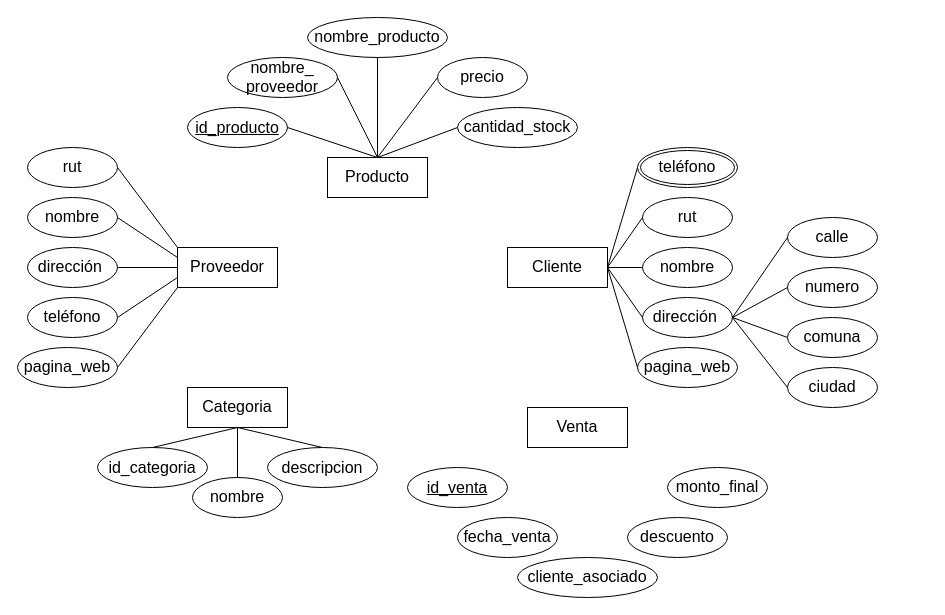
Before: erprovedor.drawio in ByronCOR/ESTRUDATOS, a draw.io diagram. Source tidied: cells renumbered, new cells numbered last; positions are measured from the earlier drawing's top-left corner, leaving out a move shared by most shapes. Both pictures are drawn from the tidied source at 100%, with x=0, y=0 at pixel (17, 17).
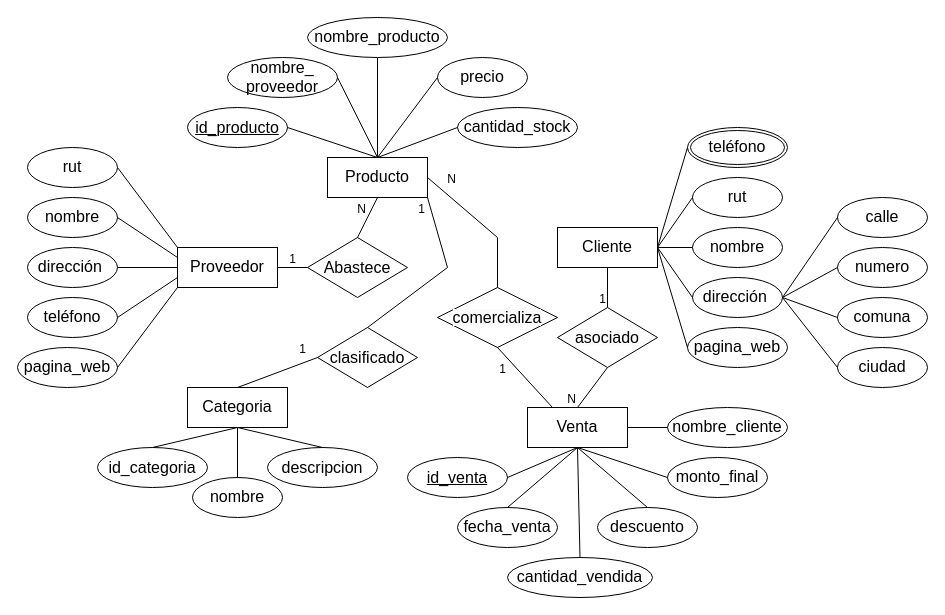
Above is the later version.

Unchanged cells that the change refers to:
```xml
<mxCell id="2" value="&lt;span style=&quot;font-size:12.0pt;line-height:115%;&lt;br/&gt;font-family:&amp;quot;Aptos&amp;quot;,sans-serif;mso-ascii-theme-font:minor-latin;mso-fareast-font-family:&lt;br/&gt;Aptos;mso-fareast-theme-font:minor-latin;mso-hansi-theme-font:minor-latin;&lt;br/&gt;mso-bidi-font-family:&amp;quot;Times New Roman&amp;quot;;mso-bidi-theme-font:minor-bidi;&lt;br/&gt;mso-ansi-language:ES-EC;mso-fareast-language:EN-US;mso-bidi-language:AR-SA&quot;&gt;Proveedor&lt;/span&gt;" style="whiteSpace=wrap;html=1;align=center;" parent="1" vertex="1">
  <mxGeometry x="160" y="230" width="100" height="40" as="geometry" />
</mxCell>
<mxCell id="4" value="&lt;span style=&quot;font-size:12.0pt;line-height:115%;&lt;br/&gt;font-family:&amp;quot;Aptos&amp;quot;,sans-serif;mso-ascii-theme-font:minor-latin;mso-fareast-font-family:&lt;br/&gt;Aptos;mso-fareast-theme-font:minor-latin;mso-hansi-theme-font:minor-latin;&lt;br/&gt;mso-bidi-font-family:&amp;quot;Times New Roman&amp;quot;;mso-bidi-theme-font:minor-bidi;&lt;br/&gt;mso-ansi-language:ES-EC;mso-fareast-language:EN-US;mso-bidi-language:AR-SA&quot;&gt;Producto&lt;/span&gt;" style="whiteSpace=wrap;html=1;align=center;" parent="1" vertex="1">
  <mxGeometry x="310" y="140" width="100" height="40" as="geometry" />
</mxCell>
<mxCell id="5" value="&lt;span style=&quot;font-size:12.0pt;line-height:115%;&lt;br/&gt;font-family:&amp;quot;Aptos&amp;quot;,sans-serif;mso-ascii-theme-font:minor-latin;mso-fareast-font-family:&lt;br/&gt;Aptos;mso-fareast-theme-font:minor-latin;mso-hansi-theme-font:minor-latin;&lt;br/&gt;mso-bidi-font-family:&amp;quot;Times New Roman&amp;quot;;mso-bidi-theme-font:minor-bidi;&lt;br/&gt;mso-ansi-language:ES-EC;mso-fareast-language:EN-US;mso-bidi-language:AR-SA&quot;&gt;Categoria&lt;/span&gt;" style="whiteSpace=wrap;html=1;align=center;" parent="1" vertex="1">
  <mxGeometry x="170" y="370" width="100" height="40" as="geometry" />
</mxCell>
<mxCell id="6" value="&lt;br&gt;&lt;span style=&quot;font-size:12.0pt;line-height:115%;&lt;br/&gt;font-family:&amp;quot;Aptos&amp;quot;,sans-serif;mso-ascii-theme-font:minor-latin;mso-fareast-font-family:&lt;br/&gt;Aptos;mso-fareast-theme-font:minor-latin;mso-hansi-theme-font:minor-latin;&lt;br/&gt;mso-bidi-font-family:&amp;quot;Times New Roman&amp;quot;;mso-bidi-theme-font:minor-bidi;&lt;br/&gt;mso-ansi-language:ES-EC;mso-fareast-language:EN-US;mso-bidi-language:AR-SA&quot;&gt;Venta&lt;/span&gt;&lt;div&gt;&lt;br/&gt;&lt;/div&gt;" style="whiteSpace=wrap;html=1;align=center;" parent="1" vertex="1">
  <mxGeometry x="510" y="390" width="100" height="40" as="geometry" />
</mxCell>
```

Change to the diagram source:
```diff
@@
     <mxCell id="3" value="&lt;span style=&quot;font-size:12.0pt;line-height:115%;&lt;br/&gt;font-family:&amp;quot;Aptos&amp;quot;,sans-serif;mso-ascii-theme-font:minor-latin;mso-fareast-font-family:&lt;br/&gt;Aptos;mso-fareast-theme-font:minor-latin;mso-hansi-theme-font:minor-latin;&lt;br/&gt;mso-bidi-font-family:&amp;quot;Times New Roman&amp;quot;;mso-bidi-theme-font:minor-bidi;&lt;br/&gt;mso-ansi-language:ES-EC;mso-fareast-language:EN-US;mso-bidi-language:AR-SA&quot;&gt;Cliente&lt;/span&gt;" style="whiteSpace=wrap;html=1;align=center;" parent="1" vertex="1">
-      <mxGeometry x="490" y="230" width="100" height="40" as="geometry" />
+      <mxGeometry x="540" y="210" width="100" height="40" as="geometry" />
     </mxCell>
@@
     <mxCell id="17" value="&lt;span style=&quot;font-size:12.0pt;line-height:115%;&lt;br/&gt;font-family:&amp;quot;Aptos&amp;quot;,sans-serif;mso-ascii-theme-font:minor-latin;mso-fareast-font-family:&lt;br/&gt;Aptos;mso-fareast-theme-font:minor-latin;mso-hansi-theme-font:minor-latin;&lt;br/&gt;mso-bidi-font-family:&amp;quot;Times New Roman&amp;quot;;mso-bidi-theme-font:minor-bidi;&lt;br/&gt;mso-ansi-language:ES-EC;mso-fareast-language:EN-US;mso-bidi-language:AR-SA&quot;&gt;rut&lt;/span&gt;" style="ellipse;whiteSpace=wrap;html=1;align=center;" parent="1" vertex="1">
-      <mxGeometry x="625" y="180" width="90" height="40" as="geometry" />
+      <mxGeometry x="675" y="160" width="90" height="40" as="geometry" />
     </mxCell>
     <mxCell id="18" value="&lt;span style=&quot;font-size:12.0pt;line-height:115%;&lt;br/&gt;font-family:&amp;quot;Aptos&amp;quot;,sans-serif;mso-ascii-theme-font:minor-latin;mso-fareast-font-family:&lt;br/&gt;Aptos;mso-fareast-theme-font:minor-latin;mso-hansi-theme-font:minor-latin;&lt;br/&gt;mso-bidi-font-family:&amp;quot;Times New Roman&amp;quot;;mso-bidi-theme-font:minor-bidi;&lt;br/&gt;mso-ansi-language:ES-EC;mso-fareast-language:EN-US;mso-bidi-language:AR-SA&quot;&gt;dirección&amp;nbsp;&lt;/span&gt;" style="ellipse;whiteSpace=wrap;html=1;align=center;" parent="1" vertex="1">
-      <mxGeometry x="625" y="280" width="90" height="40" as="geometry" />
+      <mxGeometry x="675" y="260" width="90" height="40" as="geometry" />
     </mxCell>
     <mxCell id="19" value="&lt;br&gt;&lt;span style=&quot;font-size:12.0pt;line-height:115%;&lt;br/&gt;font-family:&amp;quot;Aptos&amp;quot;,sans-serif;mso-ascii-theme-font:minor-latin;mso-fareast-font-family:&lt;br/&gt;Aptos;mso-fareast-theme-font:minor-latin;mso-hansi-theme-font:minor-latin;&lt;br/&gt;mso-bidi-font-family:&amp;quot;Times New Roman&amp;quot;;mso-bidi-theme-font:minor-bidi;&lt;br/&gt;mso-ansi-language:ES-EC;mso-fareast-language:EN-US;mso-bidi-language:AR-SA&quot;&gt;nombre&lt;/span&gt;&lt;div&gt;&lt;br&gt;&lt;/div&gt;" style="ellipse;whiteSpace=wrap;html=1;align=center;" parent="1" vertex="1">
-      <mxGeometry x="625" y="230" width="90" height="40" as="geometry" />
+      <mxGeometry x="675" y="210" width="90" height="40" as="geometry" />
     </mxCell>
     <mxCell id="20" value="&lt;div&gt;&lt;span style=&quot;font-size:12.0pt;line-height:115%;&lt;br/&gt;font-family:&amp;quot;Aptos&amp;quot;,sans-serif;mso-ascii-theme-font:minor-latin;mso-fareast-font-family:&lt;br/&gt;Aptos;mso-fareast-theme-font:minor-latin;mso-hansi-theme-font:minor-latin;&lt;br/&gt;mso-bidi-font-family:&amp;quot;Times New Roman&amp;quot;;mso-bidi-theme-font:minor-bidi;&lt;br/&gt;mso-ansi-language:ES-EC;mso-fareast-language:EN-US;mso-bidi-language:AR-SA&quot;&gt;pagina_web&lt;/span&gt;&lt;/div&gt;" style="ellipse;whiteSpace=wrap;html=1;align=center;" parent="1" vertex="1">
-      <mxGeometry x="620" y="330" width="100" height="40" as="geometry" />
+      <mxGeometry x="670" y="310" width="100" height="40" as="geometry" />
     </mxCell>
     <mxCell id="21" value="&lt;br&gt;&lt;span style=&quot;font-size: 12pt; line-height: 18.4px;&quot;&gt;teléfono&lt;/span&gt;&lt;div&gt;&lt;br&gt;&lt;/div&gt;" style="ellipse;shape=doubleEllipse;margin=3;whiteSpace=wrap;html=1;align=center;" parent="1" vertex="1">
-      <mxGeometry x="620" y="130" width="100" height="40" as="geometry" />
+      <mxGeometry x="670" y="110" width="100" height="40" as="geometry" />
     </mxCell>
     <mxCell id="22" value="&lt;div&gt;&lt;span style=&quot;font-size:12.0pt;line-height:115%;&lt;br/&gt;font-family:&amp;quot;Aptos&amp;quot;,sans-serif;mso-ascii-theme-font:minor-latin;mso-fareast-font-family:&lt;br/&gt;Aptos;mso-fareast-theme-font:minor-latin;mso-hansi-theme-font:minor-latin;&lt;br/&gt;mso-bidi-font-family:&amp;quot;Times New Roman&amp;quot;;mso-bidi-theme-font:minor-bidi;&lt;br/&gt;mso-ansi-language:ES-EC;mso-fareast-language:EN-US;mso-bidi-language:AR-SA&quot;&gt;calle&lt;/span&gt;&lt;/div&gt;" style="ellipse;whiteSpace=wrap;html=1;align=center;" parent="1" vertex="1">
-      <mxGeometry x="770" y="200" width="90" height="40" as="geometry" />
+      <mxGeometry x="820" y="180" width="90" height="40" as="geometry" />
     </mxCell>
     <mxCell id="23" value="&lt;span style=&quot;font-size:12.0pt;line-height:115%;&lt;br/&gt;font-family:&amp;quot;Aptos&amp;quot;,sans-serif;mso-ascii-theme-font:minor-latin;mso-fareast-font-family:&lt;br/&gt;Aptos;mso-fareast-theme-font:minor-latin;mso-hansi-theme-font:minor-latin;&lt;br/&gt;mso-bidi-font-family:&amp;quot;Times New Roman&amp;quot;;mso-bidi-theme-font:minor-bidi;&lt;br/&gt;mso-ansi-language:ES-EC;mso-fareast-language:EN-US;mso-bidi-language:AR-SA&quot;&gt;numero&lt;/span&gt;" style="ellipse;whiteSpace=wrap;html=1;align=center;" parent="1" vertex="1">
-      <mxGeometry x="770" y="250" width="90" height="40" as="geometry" />
+      <mxGeometry x="820" y="230" width="90" height="40" as="geometry" />
     </mxCell>
     <mxCell id="24" value="&lt;span style=&quot;font-size:12.0pt;line-height:115%;&lt;br/&gt;font-family:&amp;quot;Aptos&amp;quot;,sans-serif;mso-ascii-theme-font:minor-latin;mso-fareast-font-family:&lt;br/&gt;Aptos;mso-fareast-theme-font:minor-latin;mso-hansi-theme-font:minor-latin;&lt;br/&gt;mso-bidi-font-family:&amp;quot;Times New Roman&amp;quot;;mso-bidi-theme-font:minor-bidi;&lt;br/&gt;mso-ansi-language:ES-EC;mso-fareast-language:EN-US;mso-bidi-language:AR-SA&quot;&gt;comuna&lt;/span&gt;" style="ellipse;whiteSpace=wrap;html=1;align=center;" parent="1" vertex="1">
-      <mxGeometry x="770" y="300" width="90" height="40" as="geometry" />
+      <mxGeometry x="820" y="280" width="90" height="40" as="geometry" />
     </mxCell>
     <mxCell id="25" value="&lt;span style=&quot;font-size:12.0pt;line-height:115%;&lt;br/&gt;font-family:&amp;quot;Aptos&amp;quot;,sans-serif;mso-ascii-theme-font:minor-latin;mso-fareast-font-family:&lt;br/&gt;Aptos;mso-fareast-theme-font:minor-latin;mso-hansi-theme-font:minor-latin;&lt;br/&gt;mso-bidi-font-family:&amp;quot;Times New Roman&amp;quot;;mso-bidi-theme-font:minor-bidi;&lt;br/&gt;mso-ansi-language:ES-EC;mso-fareast-language:EN-US;mso-bidi-language:AR-SA&quot;&gt;ciudad&lt;/span&gt;" style="ellipse;whiteSpace=wrap;html=1;align=center;" parent="1" vertex="1">
-      <mxGeometry x="770" y="350" width="90" height="40" as="geometry" />
+      <mxGeometry x="820" y="330" width="90" height="40" as="geometry" />
     </mxCell>
@@
     <mxCell id="31" style="endArrow=none;html=1;rounded=0;entryX=0;entryY=0.5;entryDx=0;entryDy=0;" parent="1" edge="1" target="19">
       <mxGeometry relative="1" as="geometry">
-        <mxPoint x="590" y="250" as="sourcePoint" />
+        <mxPoint x="640" y="230" as="sourcePoint" />
       </mxGeometry>
     </mxCell>
     <mxCell id="32" style="endArrow=none;html=1;rounded=0;entryX=0;entryY=0.5;entryDx=0;entryDy=0;" parent="1" edge="1" target="18">
       <mxGeometry relative="1" as="geometry">
-        <mxPoint x="590" y="250" as="sourcePoint" />
+        <mxPoint x="640" y="230" as="sourcePoint" />
       </mxGeometry>
     </mxCell>
@@
     <mxCell id="51" value="&lt;span style=&quot;font-size: 16px;&quot;&gt;id_venta&lt;/span&gt;" style="ellipse;whiteSpace=wrap;html=1;align=center;fontStyle=4;" parent="1" vertex="1">
-      <mxGeometry x="390" y="450" width="100" height="40" as="geometry" />
+      <mxGeometry x="390" y="440" width="100" height="40" as="geometry" />
     </mxCell>
     <mxCell id="52" value="&lt;span style=&quot;font-size:12.0pt;line-height:115%;&lt;br/&gt;font-family:&amp;quot;Aptos&amp;quot;,sans-serif;mso-ascii-theme-font:minor-latin;mso-fareast-font-family:&lt;br/&gt;Aptos;mso-fareast-theme-font:minor-latin;mso-hansi-theme-font:minor-latin;&lt;br/&gt;mso-bidi-font-family:&amp;quot;Times New Roman&amp;quot;;mso-bidi-theme-font:minor-bidi;&lt;br/&gt;mso-ansi-language:ES-EC;mso-fareast-language:EN-US;mso-bidi-language:AR-SA&quot;&gt;fecha_venta&lt;/span&gt;" style="ellipse;whiteSpace=wrap;html=1;align=center;" parent="1" vertex="1">
-      <mxGeometry x="440" y="500" width="100" height="40" as="geometry" />
+      <mxGeometry x="440" y="490" width="100" height="40" as="geometry" />
     </mxCell>
-    <mxCell id="53" value="&lt;span style=&quot;font-size:12.0pt;line-height:115%;&lt;br/&gt;font-family:&amp;quot;Aptos&amp;quot;,sans-serif;mso-ascii-theme-font:minor-latin;mso-fareast-font-family:&lt;br/&gt;Aptos;mso-fareast-theme-font:minor-latin;mso-hansi-theme-font:minor-latin;&lt;br/&gt;mso-bidi-font-family:&amp;quot;Times New Roman&amp;quot;;mso-bidi-theme-font:minor-bidi;&lt;br/&gt;mso-ansi-language:ES-EC;mso-fareast-language:EN-US;mso-bidi-language:AR-SA&quot;&gt;cliente_asociado&lt;/span&gt;" style="ellipse;whiteSpace=wrap;html=1;align=center;" parent="1" vertex="1">
-      <mxGeometry x="500" y="540" width="140" height="40" as="geometry" />
-    </mxCell>
     <mxCell id="54" value="&lt;span style=&quot;font-size:12.0pt;line-height:115%;&lt;br/&gt;font-family:&amp;quot;Aptos&amp;quot;,sans-serif;mso-ascii-theme-font:minor-latin;mso-fareast-font-family:&lt;br/&gt;Aptos;mso-fareast-theme-font:minor-latin;mso-hansi-theme-font:minor-latin;&lt;br/&gt;mso-bidi-font-family:&amp;quot;Times New Roman&amp;quot;;mso-bidi-theme-font:minor-bidi;&lt;br/&gt;mso-ansi-language:ES-EC;mso-fareast-language:EN-US;mso-bidi-language:AR-SA&quot;&gt;descuento&lt;/span&gt;" style="ellipse;whiteSpace=wrap;html=1;align=center;" parent="1" vertex="1">
-      <mxGeometry x="610" y="500" width="100" height="40" as="geometry" />
+      <mxGeometry x="580" y="490" width="100" height="40" as="geometry" />
     </mxCell>
     <mxCell id="55" value="&lt;span style=&quot;font-size:12.0pt;line-height:115%;&lt;br/&gt;font-family:&amp;quot;Aptos&amp;quot;,sans-serif;mso-ascii-theme-font:minor-latin;mso-fareast-font-family:&lt;br/&gt;Aptos;mso-fareast-theme-font:minor-latin;mso-hansi-theme-font:minor-latin;&lt;br/&gt;mso-bidi-font-family:&amp;quot;Times New Roman&amp;quot;;mso-bidi-theme-font:minor-bidi;&lt;br/&gt;mso-ansi-language:ES-EC;mso-fareast-language:EN-US;mso-bidi-language:AR-SA&quot;&gt;monto_final&lt;/span&gt;" style="ellipse;whiteSpace=wrap;html=1;align=center;" parent="1" vertex="1">
-      <mxGeometry x="650" y="450" width="100" height="40" as="geometry" />
+      <mxGeometry x="650" y="440" width="100" height="40" as="geometry" />
     </mxCell>
+    <mxCell id="56" value="&lt;span style=&quot;font-size:12.0pt;line-height:115%;&lt;br/&gt;font-family:&amp;quot;Aptos&amp;quot;,sans-serif;mso-ascii-theme-font:minor-latin;mso-fareast-font-family:&lt;br/&gt;Aptos;mso-fareast-theme-font:minor-latin;mso-hansi-theme-font:minor-latin;&lt;br/&gt;mso-bidi-font-family:&amp;quot;Times New Roman&amp;quot;;mso-bidi-theme-font:minor-bidi;&lt;br/&gt;mso-ansi-language:ES-EC;mso-fareast-language:EN-US;mso-bidi-language:AR-SA&quot;&gt;cantidad_vendida&lt;/span&gt;" style="ellipse;whiteSpace=wrap;html=1;align=center;" parent="1" vertex="1">
+      <mxGeometry x="490" y="540" width="145" height="40" as="geometry" />
+    </mxCell>
+    <mxCell id="57" style="endArrow=none;html=1;rounded=0;entryX=0;entryY=0.5;entryDx=0;entryDy=0;exitX=0.5;exitY=1;exitDx=0;exitDy=0;" parent="1" edge="1" source="6" target="55">
+      <mxGeometry relative="1" as="geometry" />
+    </mxCell>
+    <mxCell id="58" style="endArrow=none;html=1;rounded=0;entryX=0.5;entryY=0;entryDx=0;entryDy=0;" parent="1" edge="1" target="54">
+      <mxGeometry relative="1" as="geometry">
+        <mxPoint x="560" y="430" as="sourcePoint" />
+      </mxGeometry>
+    </mxCell>
+    <mxCell id="59" style="endArrow=none;html=1;rounded=0;entryX=0.5;entryY=0;entryDx=0;entryDy=0;exitX=0.5;exitY=1;exitDx=0;exitDy=0;" parent="1" edge="1" source="6" target="56">
+      <mxGeometry relative="1" as="geometry" />
+    </mxCell>
+    <mxCell id="60" style="endArrow=none;html=1;rounded=0;entryX=0.5;entryY=0;entryDx=0;entryDy=0;exitX=0.5;exitY=1;exitDx=0;exitDy=0;" parent="1" edge="1" source="6" target="52">
+      <mxGeometry relative="1" as="geometry" />
+    </mxCell>
+    <mxCell id="61" style="endArrow=none;html=1;rounded=0;entryX=1;entryY=0.5;entryDx=0;entryDy=0;" parent="1" edge="1" target="51">
+      <mxGeometry relative="1" as="geometry">
+        <mxPoint x="560" y="430" as="sourcePoint" />
+      </mxGeometry>
+    </mxCell>
+    <mxCell id="62" value="&lt;span style=&quot;color: rgb(0, 0, 0); font-family: Helvetica; font-size: 16px; font-style: normal; font-variant-ligatures: normal; font-variant-caps: normal; font-weight: 400; letter-spacing: normal; orphans: 2; text-align: center; text-indent: 0px; text-transform: none; widows: 2; word-spacing: 0px; -webkit-text-stroke-width: 0px; white-space: normal; background-color: rgb(251, 251, 251); text-decoration-thickness: initial; text-decoration-style: initial; text-decoration-color: initial; display: inline !important; float: none;&quot;&gt;asociado&lt;/span&gt;" style="shape=rhombus;perimeter=rhombusPerimeter;whiteSpace=wrap;html=1;align=center;" parent="1" vertex="1">
+      <mxGeometry x="540" y="290" width="100" height="60" as="geometry" />
+    </mxCell>
+    <mxCell id="63" style="endArrow=none;html=1;rounded=0;exitX=0.5;exitY=1;exitDx=0;exitDy=0;entryX=0.5;entryY=0;entryDx=0;entryDy=0;" parent="1" edge="1" source="3" target="62">
+      <mxGeometry relative="1" as="geometry" />
+    </mxCell>
+    <mxCell id="64" value="1" style="html=1;whiteSpace=wrap;align=right;verticalAlign=bottom;" parent="63" vertex="1">
+      <mxGeometry x="1" relative="1" as="geometry" />
+    </mxCell>
+    <mxCell id="65" style="endArrow=none;html=1;rounded=0;exitX=0.5;exitY=1;exitDx=0;exitDy=0;entryX=0.5;entryY=0;entryDx=0;entryDy=0;" parent="1" edge="1" source="62" target="6">
+      <mxGeometry relative="1" as="geometry" />
+    </mxCell>
+    <mxCell id="66" value="N" style="html=1;whiteSpace=wrap;align=right;verticalAlign=bottom;" parent="65" vertex="1">
+      <mxGeometry x="1" relative="1" as="geometry" />
+    </mxCell>
+    <mxCell id="67" value="&lt;span style=&quot;color: rgb(0, 0, 0); font-family: Helvetica; font-size: 16px; font-style: normal; font-variant-ligatures: normal; font-variant-caps: normal; font-weight: 400; letter-spacing: normal; orphans: 2; text-align: center; text-indent: 0px; text-transform: none; widows: 2; word-spacing: 0px; -webkit-text-stroke-width: 0px; white-space: normal; background-color: rgb(251, 251, 251); text-decoration-thickness: initial; text-decoration-style: initial; text-decoration-color: initial; display: inline !important; float: none;&quot;&gt;Abastece&lt;/span&gt;" style="shape=rhombus;perimeter=rhombusPerimeter;whiteSpace=wrap;html=1;align=center;" parent="1" vertex="1">
+      <mxGeometry x="290" y="220" width="100" height="60" as="geometry" />
+    </mxCell>
+    <mxCell id="68" style="endArrow=none;html=1;rounded=0;exitX=0.5;exitY=1;exitDx=0;exitDy=0;entryX=0.5;entryY=0;entryDx=0;entryDy=0;" parent="1" edge="1" source="4" target="67">
+      <mxGeometry relative="1" as="geometry" />
+    </mxCell>
+    <mxCell id="69" value="1" style="html=1;whiteSpace=wrap;align=right;verticalAlign=bottom;" parent="68" vertex="1">
+      <mxGeometry x="1" relative="1" as="geometry">
+        <mxPoint x="-60" y="30" as="offset" />
+      </mxGeometry>
+    </mxCell>
+    <mxCell id="70" style="endArrow=none;html=1;rounded=0;exitX=0;exitY=0.5;exitDx=0;exitDy=0;entryX=1;entryY=0.5;entryDx=0;entryDy=0;" parent="1" edge="1" source="67" target="2">
+      <mxGeometry relative="1" as="geometry" />
+    </mxCell>
+    <mxCell id="71" value="N" style="html=1;whiteSpace=wrap;align=right;verticalAlign=bottom;" parent="70" vertex="1">
+      <mxGeometry x="1" relative="1" as="geometry">
+        <mxPoint x="90" y="-50" as="offset" />
+      </mxGeometry>
+    </mxCell>
+    <mxCell id="72" value="&lt;span style=&quot;font-size: 16px;&quot;&gt;clasificado&lt;/span&gt;" style="shape=rhombus;perimeter=rhombusPerimeter;whiteSpace=wrap;html=1;align=center;" parent="1" vertex="1">
+      <mxGeometry x="300" y="310" width="100" height="60" as="geometry" />
+    </mxCell>
+    <mxCell id="73" style="endArrow=none;html=1;rounded=0;exitX=1;exitY=1;exitDx=0;exitDy=0;entryX=0.5;entryY=0;entryDx=0;entryDy=0;" parent="1" edge="1" source="4" target="72">
+      <mxGeometry relative="1" as="geometry">
+        <Array as="points">
+          <mxPoint x="430" y="250" />
+        </Array>
+      </mxGeometry>
+    </mxCell>
+    <mxCell id="74" value="1" style="html=1;whiteSpace=wrap;align=right;verticalAlign=bottom;" parent="73" vertex="1">
+      <mxGeometry x="1" relative="1" as="geometry">
+        <mxPoint x="-60" y="30" as="offset" />
+      </mxGeometry>
+    </mxCell>
+    <mxCell id="75" style="endArrow=none;html=1;rounded=0;exitX=0;exitY=0.5;exitDx=0;exitDy=0;entryX=0.5;entryY=0;entryDx=0;entryDy=0;" parent="1" edge="1" source="72" target="5">
+      <mxGeometry relative="1" as="geometry" />
+    </mxCell>
+    <mxCell id="76" value="1" style="html=1;whiteSpace=wrap;align=right;verticalAlign=bottom;" parent="1" vertex="1">
+      <mxGeometry x="350" y="350.1" as="geometry">
+        <mxPoint x="59" y="-150" as="offset" />
+      </mxGeometry>
+    </mxCell>
+    <mxCell id="77" value="&lt;span style=&quot;color: rgb(0, 0, 0); font-family: Helvetica; font-size: 16px; font-style: normal; font-variant-ligatures: normal; font-variant-caps: normal; font-weight: 400; letter-spacing: normal; orphans: 2; text-align: center; text-indent: 0px; text-transform: none; widows: 2; word-spacing: 0px; -webkit-text-stroke-width: 0px; white-space: normal; background-color: rgb(251, 251, 251); text-decoration-thickness: initial; text-decoration-style: initial; text-decoration-color: initial; display: inline !important; float: none;&quot;&gt;comercializa&lt;/span&gt;" style="shape=rhombus;perimeter=rhombusPerimeter;whiteSpace=wrap;html=1;align=center;" parent="1" vertex="1">
+      <mxGeometry x="420" y="270" width="120" height="60" as="geometry" />
+    </mxCell>
+    <mxCell id="78" style="endArrow=none;html=1;rounded=0;exitX=1;exitY=0.5;exitDx=0;exitDy=0;entryX=0.5;entryY=0;entryDx=0;entryDy=0;" parent="1" edge="1" source="4" target="77">
+      <mxGeometry relative="1" as="geometry">
+        <Array as="points">
+          <mxPoint x="480" y="220" />
+        </Array>
+      </mxGeometry>
+    </mxCell>
+    <mxCell id="79" value="1" style="html=1;whiteSpace=wrap;align=right;verticalAlign=bottom;" parent="78" vertex="1">
+      <mxGeometry x="1" relative="1" as="geometry">
+        <mxPoint x="10" y="90" as="offset" />
+      </mxGeometry>
+    </mxCell>
+    <mxCell id="80" style="endArrow=none;html=1;rounded=0;exitX=0.5;exitY=1;exitDx=0;exitDy=0;entryX=0.25;entryY=0;entryDx=0;entryDy=0;" parent="1" edge="1" source="77" target="6">
+      <mxGeometry relative="1" as="geometry" />
+    </mxCell>
+    <mxCell id="81" value="N" style="html=1;whiteSpace=wrap;align=right;verticalAlign=bottom;" parent="80" vertex="1">
+      <mxGeometry x="1" relative="1" as="geometry">
+        <mxPoint x="-95" y="-220" as="offset" />
+      </mxGeometry>
+    </mxCell>
+    <mxCell id="82" value="&lt;br&gt;&lt;span style=&quot;font-size:12.0pt;line-height:115%;&lt;br/&gt;font-family:&amp;quot;Aptos&amp;quot;,sans-serif;mso-ascii-theme-font:minor-latin;mso-fareast-font-family:&lt;br/&gt;Aptos;mso-fareast-theme-font:minor-latin;mso-hansi-theme-font:minor-latin;&lt;br/&gt;mso-bidi-font-family:&amp;quot;Times New Roman&amp;quot;;mso-bidi-theme-font:minor-bidi;&lt;br/&gt;mso-ansi-language:ES-EC;mso-fareast-language:EN-US;mso-bidi-language:AR-SA&quot;&gt;nombre_cliente&lt;/span&gt;&lt;div&gt;&lt;br&gt;&lt;/div&gt;" style="ellipse;whiteSpace=wrap;html=1;align=center;" parent="1" vertex="1">
+      <mxGeometry x="650" y="390" width="120" height="40" as="geometry" />
+    </mxCell>
+    <mxCell id="83" style="endArrow=none;html=1;rounded=0;entryX=0;entryY=0.5;entryDx=0;entryDy=0;exitX=1;exitY=0.5;exitDx=0;exitDy=0;" parent="1" edge="1" source="6" target="82">
+      <mxGeometry relative="1" as="geometry" />
+    </mxCell>
```
